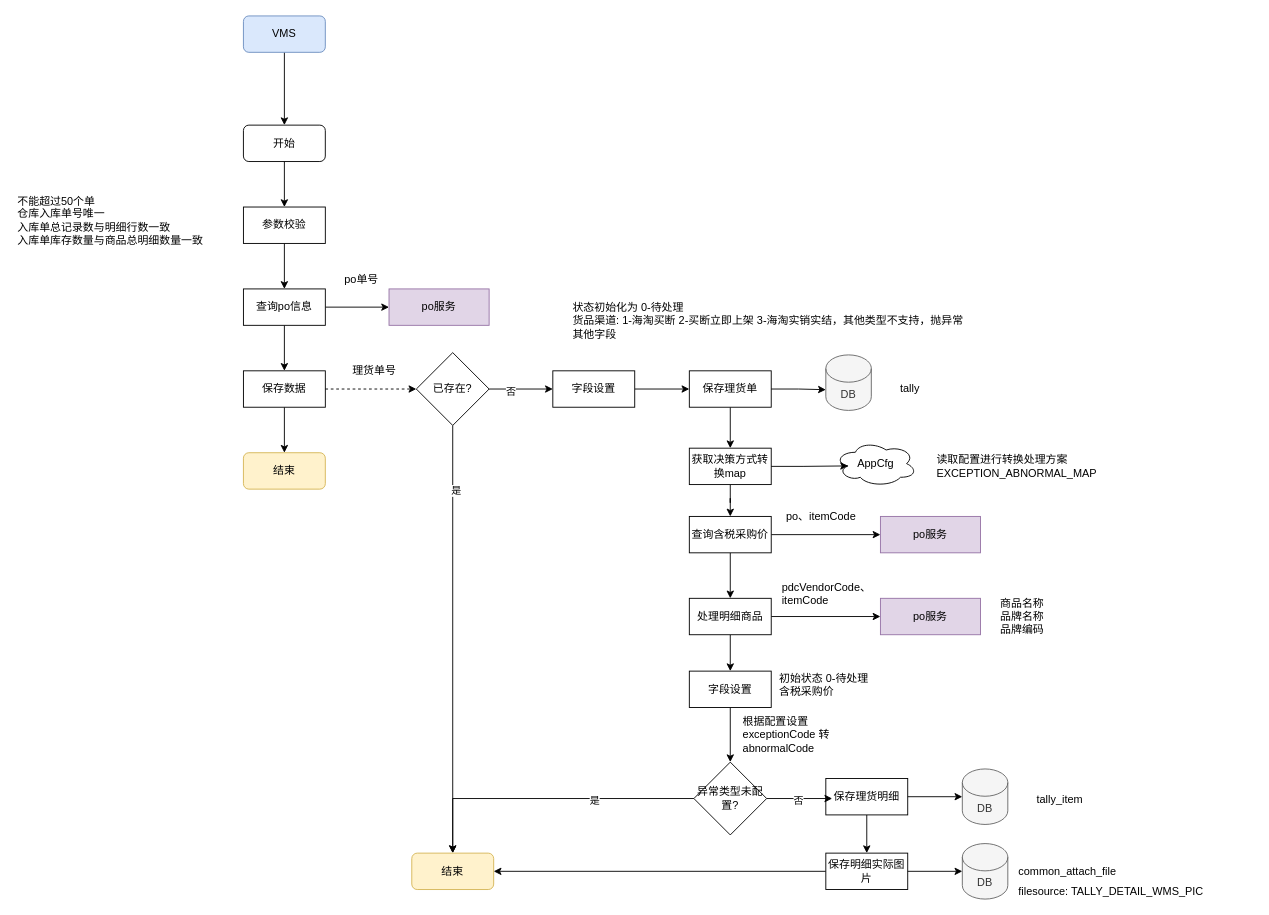
Before: page "批量上抛商品异常" (2 of 5) of 理货.drawio in vvhard/draw_io, a draw.io diagram. Source tidied: cells renumbered, new cells numbered last; positions are measured from the earlier drawing's top-left corner, leaving out a move shared by most shapes. Both pictures are drawn from the tidied source at 91%, with x=0, y=0 at pixel (15, 15).
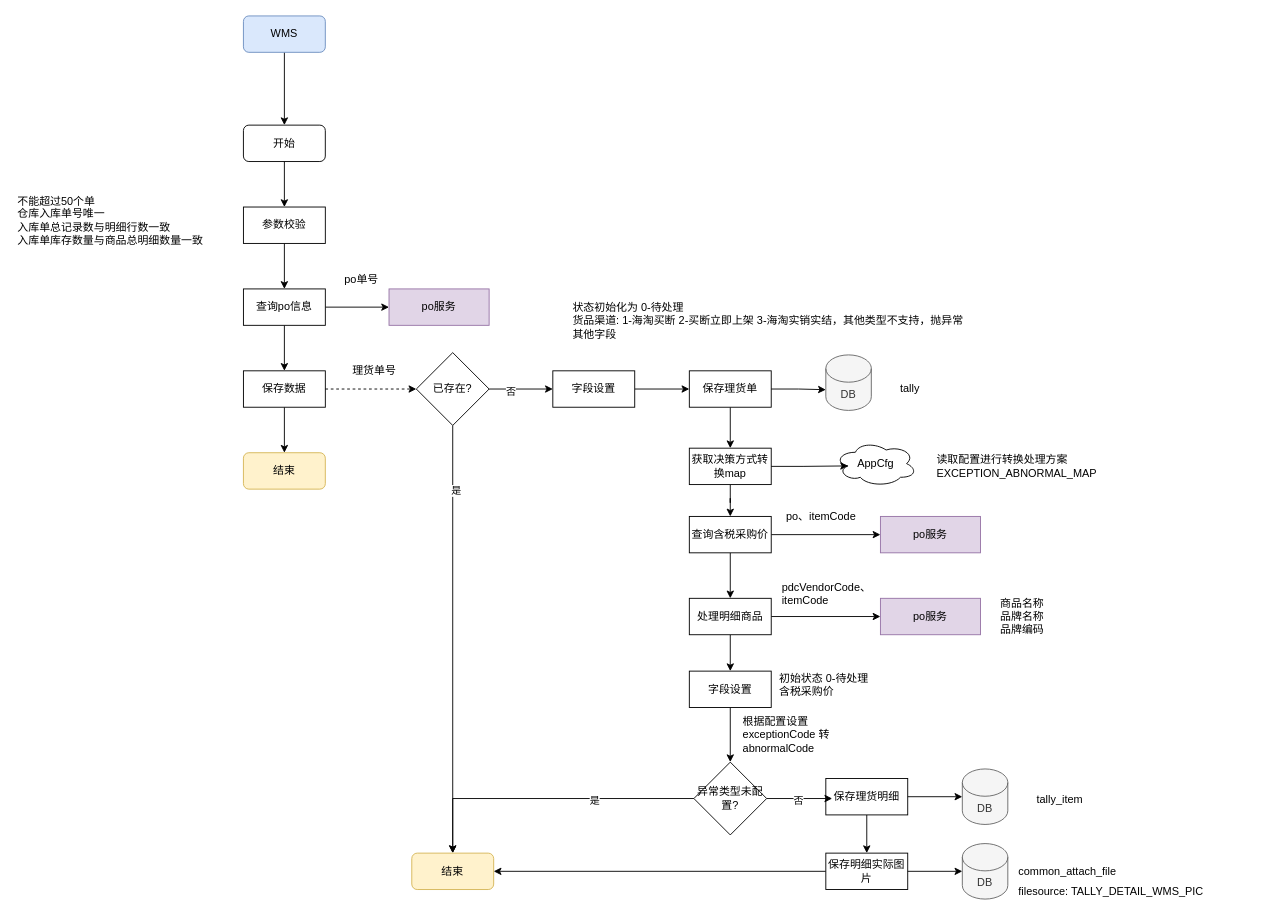
Above is the later version.

Change to the diagram source:
```diff
@@
-    <mxCell id="3" value="VMS" style="rounded=1;whiteSpace=wrap;html=1;fillColor=#dae8fc;strokeColor=#6c8ebf;" parent="1" vertex="1">
+    <mxCell id="3" value="WMS" style="rounded=1;whiteSpace=wrap;html=1;fillColor=#dae8fc;strokeColor=#6c8ebf;" parent="1" vertex="1">
       <mxGeometry x="250" width="90" height="40" as="geometry" />
     </mxCell>
```
